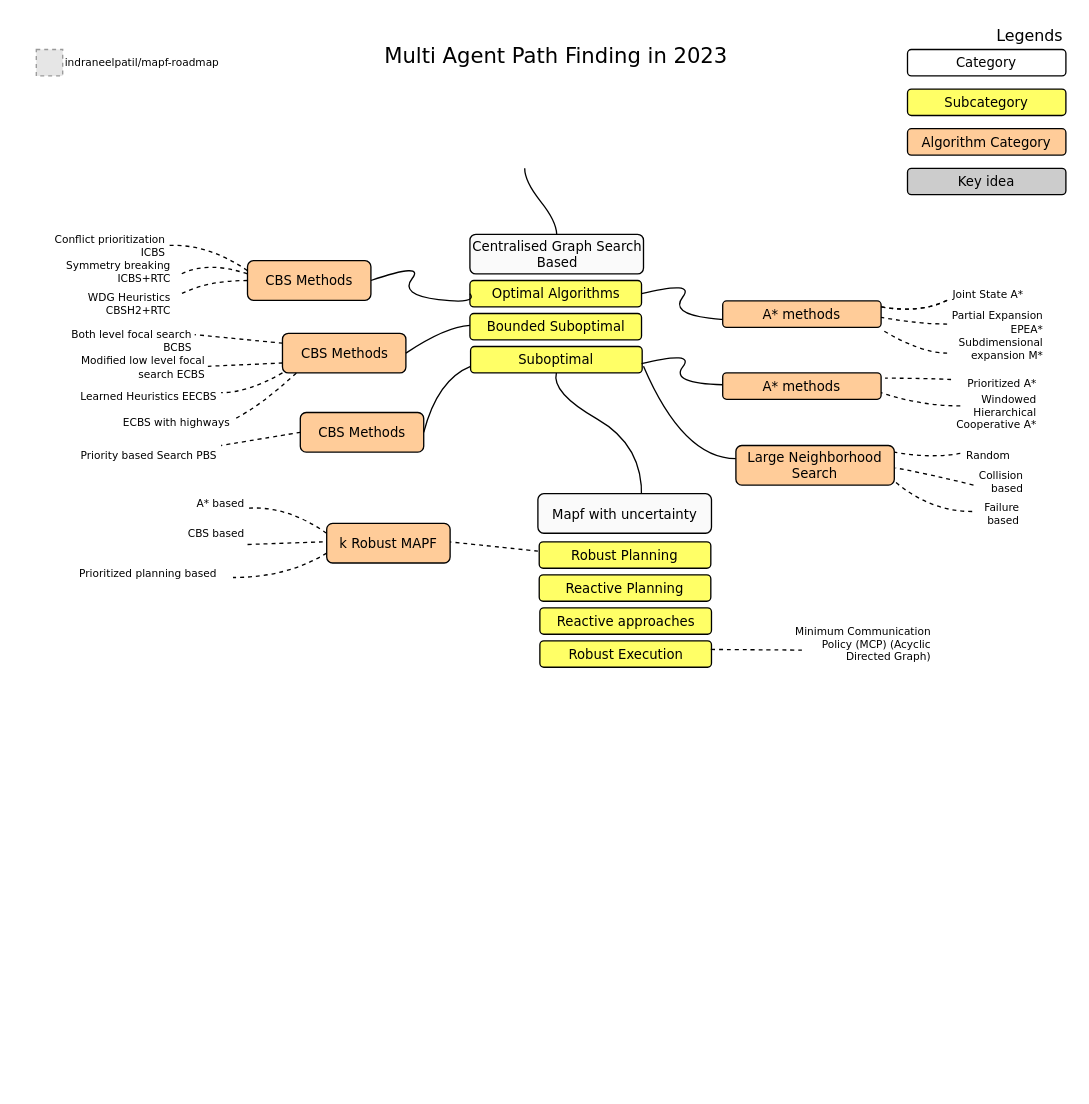
Before: roadmap.drawio in indraneelpatil/mapf-roadmap, a draw.io diagram. Source tidied: cells renumbered, new cells numbered last; positions are measured from the earlier drawing's top-left corner, leaving out a move shared by most shapes. Both pictures are drawn from the tidied source at 132%, with x=0, y=0 at pixel (28, 22). Pictures stored in the file or linked from it are replaced by grey dashed boxes.
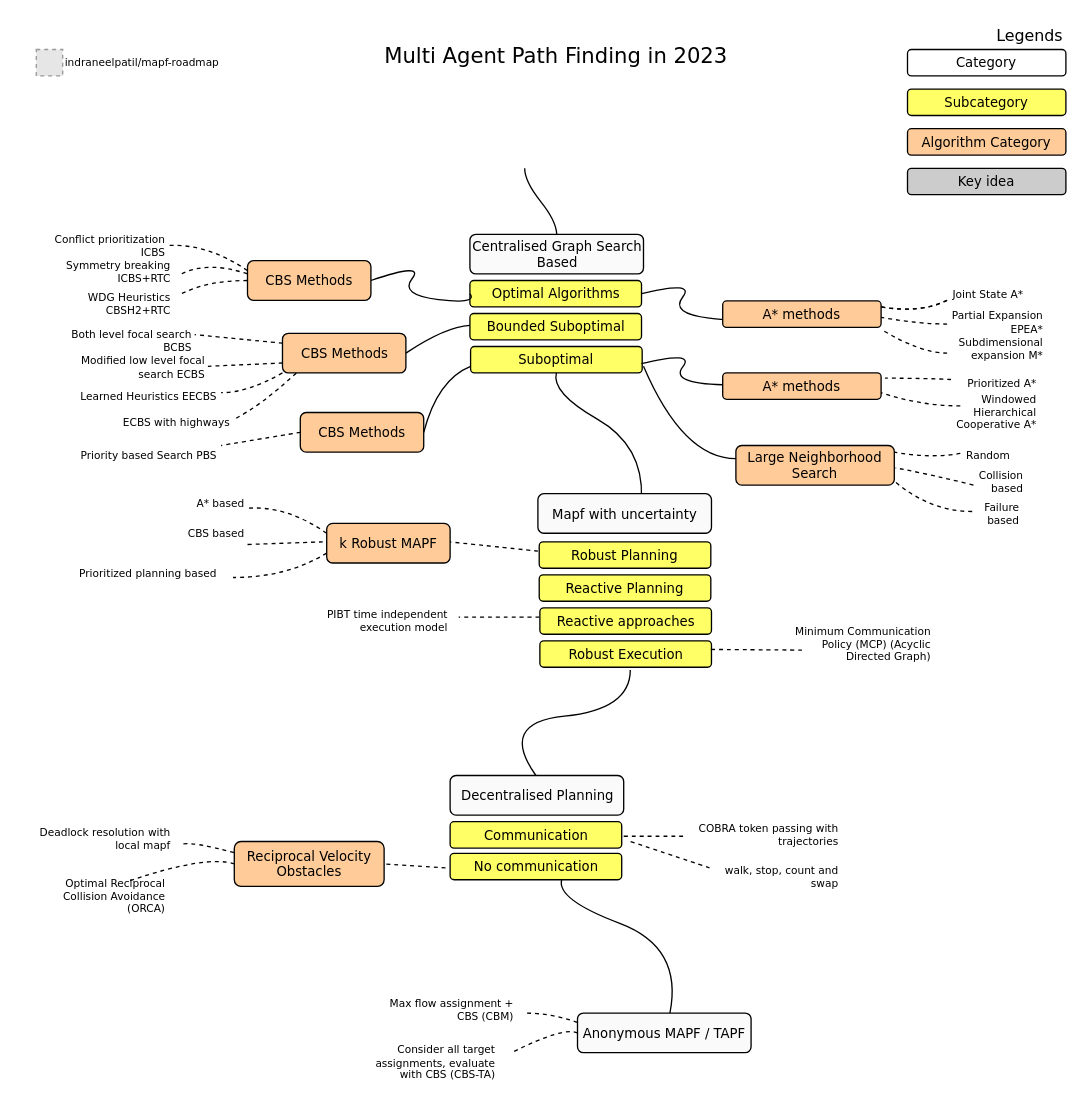
The same page after the edit.

What changed in the source:
```diff
@@
+    <mxCell id="76" value="Decentralised Planning" style="rounded=1;whiteSpace=wrap;html=1;comic=0;fontFamily=Verdana;fontSize=10;fillColor=#fafafa;" parent="1" vertex="1">
+      <mxGeometry x="319.5" y="570" width="131.5" height="30" as="geometry" />
+    </mxCell>
+    <mxCell id="77" style="curved=1;endArrow=none;html=1;fontFamily=Verdana;fontSize=10;entryX=0.5;entryY=0;endFill=0;" parent="1" edge="1">
+      <mxGeometry relative="1" as="geometry">
+        <mxPoint x="456" y="490" as="sourcePoint" />
+        <mxPoint x="384.5" y="570" as="targetPoint" />
+        <Array as="points">
+          <mxPoint x="456" y="520" />
+          <mxPoint x="356" y="530" />
+        </Array>
+      </mxGeometry>
+    </mxCell>
+    <mxCell id="78" style="curved=1;endArrow=none;html=1;fontFamily=Verdana;fontSize=8;endFill=0;dashed=1;exitX=0;exitY=0.25;exitDx=0;exitDy=0;" parent="1" edge="1">
+      <mxGeometry relative="1" as="geometry">
+        <mxPoint x="387" y="450" as="sourcePoint" />
+        <mxPoint x="326" y="450" as="targetPoint" />
+      </mxGeometry>
+    </mxCell>
+    <mxCell id="79" value="PIBT time independent execution model" style="text;html=1;strokeColor=none;fillColor=none;align=right;verticalAlign=middle;whiteSpace=wrap;rounded=0;comic=0;fontFamily=Verdana;fontSize=8;" parent="1" vertex="1">
+      <mxGeometry x="209.5" y="445.5" width="110" height="15" as="geometry" />
+    </mxCell>
+    <mxCell id="80" value="Communication" style="rounded=1;whiteSpace=wrap;html=1;comic=0;fontFamily=Verdana;fontSize=10;fillColor=#FFFF66;" parent="1" vertex="1">
+      <mxGeometry x="319.5" y="605" width="130" height="20" as="geometry" />
+    </mxCell>
+    <mxCell id="81" value="No communication" style="rounded=1;whiteSpace=wrap;html=1;comic=0;fontFamily=Verdana;fontSize=10;fillColor=#FFFF66;" parent="1" vertex="1">
+      <mxGeometry x="319.5" y="629" width="130" height="20" as="geometry" />
+    </mxCell>
+    <mxCell id="82" value="Reciprocal Velocity Obstacles" style="rounded=1;whiteSpace=wrap;html=1;comic=0;fontFamily=Verdana;fontSize=10;fillColor=#ffcc99;strokeColor=#000000;" parent="1" vertex="1">
+      <mxGeometry x="156" y="620" width="113.5" height="34" as="geometry" />
+    </mxCell>
+    <mxCell id="83" style="curved=1;endArrow=none;html=1;fontFamily=Verdana;fontSize=8;endFill=0;dashed=1;entryX=1;entryY=0.5;entryDx=0;entryDy=0;" parent="1" edge="1" target="82">
+      <mxGeometry relative="1" as="geometry">
+        <mxPoint x="316" y="640" as="sourcePoint" />
+      </mxGeometry>
+    </mxCell>
+    <mxCell id="84" style="curved=1;endArrow=none;html=1;fontFamily=Verdana;fontSize=8;endFill=0;dashed=1;exitX=0;exitY=0.25;exitDx=0;exitDy=0;" parent="1" edge="1" source="82">
+      <mxGeometry relative="1" as="geometry">
+        <mxPoint x="116" y="622" as="targetPoint" />
+        <Array as="points">
+          <mxPoint x="125" y="620" />
+        </Array>
+      </mxGeometry>
+    </mxCell>
+    <mxCell id="85" value="Deadlock resolution with local mapf" style="text;html=1;strokeColor=none;fillColor=none;align=right;verticalAlign=middle;whiteSpace=wrap;rounded=0;comic=0;fontFamily=Verdana;fontSize=8;" parent="1" vertex="1">
+      <mxGeometry y="610" width="110" height="15" as="geometry" />
+    </mxCell>
+    <mxCell id="86" style="curved=1;endArrow=none;html=1;fontFamily=Verdana;fontSize=8;endFill=0;dashed=1;entryX=1;entryY=0.5;entryDx=0;entryDy=0;" parent="1" edge="1">
+      <mxGeometry relative="1" as="geometry">
+        <mxPoint x="496" y="616" as="sourcePoint" />
+        <mxPoint x="451" y="616" as="targetPoint" />
+      </mxGeometry>
+    </mxCell>
+    <mxCell id="87" value="COBRA token passing with trajectories" style="text;html=1;strokeColor=none;fillColor=none;align=right;verticalAlign=middle;whiteSpace=wrap;rounded=0;comic=0;fontFamily=Verdana;fontSize=8;" parent="1" vertex="1">
+      <mxGeometry x="506" y="607.5" width="110" height="15" as="geometry" />
+    </mxCell>
+    <mxCell id="88" style="curved=1;endArrow=none;html=1;fontFamily=Verdana;fontSize=8;endFill=0;dashed=1;" parent="1" edge="1">
+      <mxGeometry relative="1" as="geometry">
+        <mxPoint x="516" y="640" as="sourcePoint" />
+        <mxPoint x="456" y="620" as="targetPoint" />
+      </mxGeometry>
+    </mxCell>
+    <mxCell id="89" value="walk, stop, count and swap" style="text;html=1;strokeColor=none;fillColor=none;align=right;verticalAlign=middle;whiteSpace=wrap;rounded=0;comic=0;fontFamily=Verdana;fontSize=8;" parent="1" vertex="1">
+      <mxGeometry x="506" y="639" width="110" height="15" as="geometry" />
+    </mxCell>
+    <mxCell id="90" style="curved=1;endArrow=none;html=1;fontFamily=Verdana;fontSize=10;endFill=0;exitX=0.5;exitY=1;exitDx=0;exitDy=0;" parent="1" edge="1">
+      <mxGeometry relative="1" as="geometry">
+        <mxPoint x="404" y="649" as="sourcePoint" />
+        <mxPoint x="486" y="750" as="targetPoint" />
+        <Array as="points">
+          <mxPoint x="400" y="664" />
+          <mxPoint x="496" y="700" />
+        </Array>
+      </mxGeometry>
+    </mxCell>
+    <mxCell id="91" value="Anonymous MAPF / TAPF" style="rounded=1;whiteSpace=wrap;html=1;comic=0;fontFamily=Verdana;fontSize=10;fillColor=#fafafa;" parent="1" vertex="1">
+      <mxGeometry x="416" y="750" width="131.5" height="30" as="geometry" />
+    </mxCell>
+    <mxCell id="92" style="curved=1;endArrow=none;html=1;fontFamily=Verdana;fontSize=8;endFill=0;dashed=1;exitX=0;exitY=0.25;exitDx=0;exitDy=0;" parent="1" edge="1">
+      <mxGeometry relative="1" as="geometry">
+        <mxPoint x="416" y="757" as="sourcePoint" />
+        <mxPoint x="376" y="750" as="targetPoint" />
+        <Array as="points">
+          <mxPoint x="396" y="750" />
+        </Array>
+      </mxGeometry>
+    </mxCell>
+    <mxCell id="93" value="Max flow assignment + CBS (CBM)" style="text;html=1;strokeColor=none;fillColor=none;align=right;verticalAlign=middle;whiteSpace=wrap;rounded=0;comic=0;fontFamily=Verdana;fontSize=8;" parent="1" vertex="1">
+      <mxGeometry x="259.5" y="740" width="110" height="15" as="geometry" />
+    </mxCell>
+    <mxCell id="94" style="curved=1;endArrow=none;html=1;fontFamily=Verdana;fontSize=8;endFill=0;dashed=1;exitX=0;exitY=0.5;exitDx=0;exitDy=0;" parent="1" edge="1" source="91">
+      <mxGeometry relative="1" as="geometry">
+        <mxPoint x="366" y="780" as="targetPoint" />
+        <Array as="points">
+          <mxPoint x="406" y="760" />
+        </Array>
+      </mxGeometry>
+    </mxCell>
+    <mxCell id="95" value="Consider all target assignments, evaluate with CBS (CBS-TA)" style="text;html=1;strokeColor=none;fillColor=none;align=right;verticalAlign=middle;whiteSpace=wrap;rounded=0;comic=0;fontFamily=Verdana;fontSize=8;" parent="1" vertex="1">
+      <mxGeometry x="246" y="780" width="110" height="15" as="geometry" />
+    </mxCell>
+    <mxCell id="96" style="curved=1;endArrow=none;html=1;fontFamily=Verdana;fontSize=8;endFill=0;dashed=1;exitX=0;exitY=0.5;exitDx=0;exitDy=0;" parent="1" edge="1" source="82">
+      <mxGeometry relative="1" as="geometry">
+        <mxPoint x="76" y="650" as="targetPoint" />
+        <Array as="points">
+          <mxPoint x="135" y="630" />
+        </Array>
+      </mxGeometry>
+    </mxCell>
+    <mxCell id="97" value="Optimal Reciprocal Collision Avoidance (ORCA)" style="text;html=1;strokeColor=none;fillColor=none;align=right;verticalAlign=middle;whiteSpace=wrap;rounded=0;comic=0;fontFamily=Verdana;fontSize=8;" parent="1" vertex="1">
+      <mxGeometry x="-4" y="654" width="110" height="15" as="geometry" />
+    </mxCell>
```
